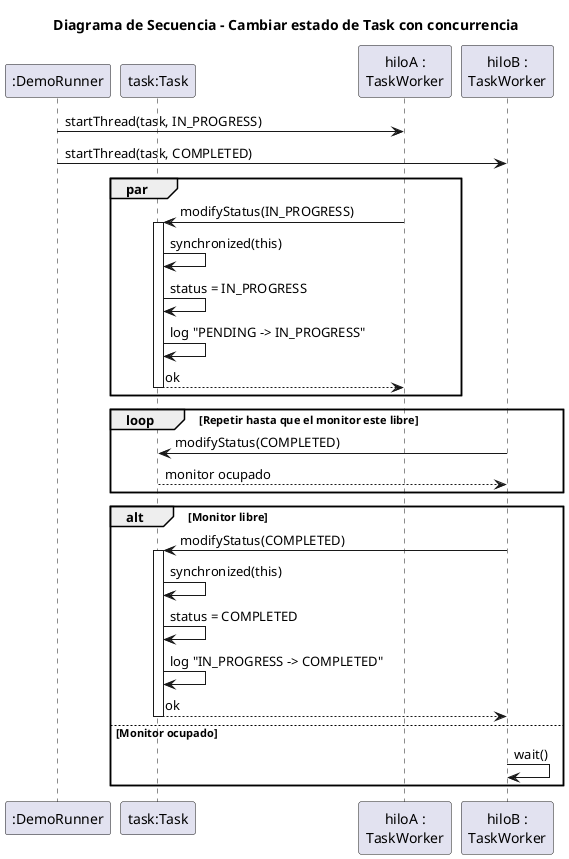
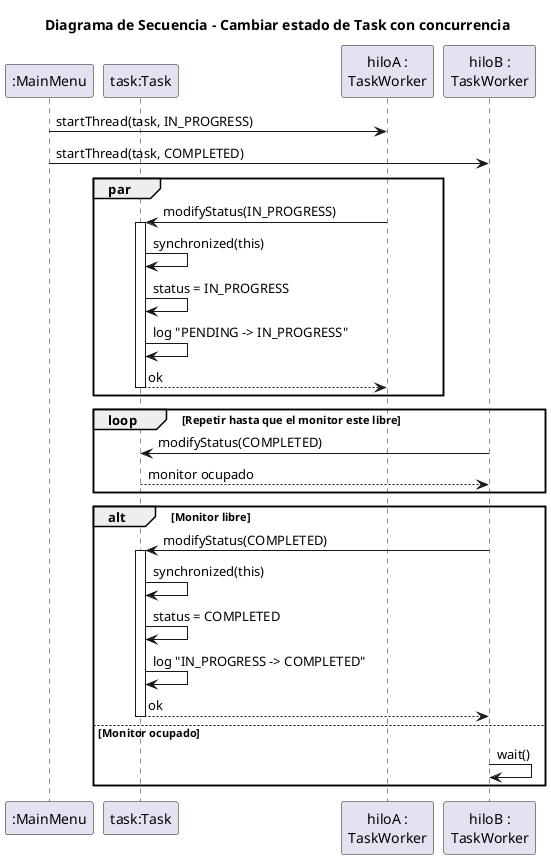
@startuml SecuenciaCambiarEstado
title Diagrama de Secuencia - Cambiar estado de Task con concurrencia

- participant ":DemoRunner" as demo
+ participant ":MainMenu" as demo
participant "task:Task" as task
participant "hiloA :\nTaskWorker" as hiloA
participant "hiloB :\nTaskWorker" as hiloB

demo -> hiloA : startThread(task, IN_PROGRESS)
demo -> hiloB : startThread(task, COMPLETED)

par
  hiloA -> task : modifyStatus(IN_PROGRESS)
  activate task
  task -> task : synchronized(this)
  task -> task : status = IN_PROGRESS
  task -> task : log "PENDING -> IN_PROGRESS"
  task --> hiloA : ok
  deactivate task
end

loop Repetir hasta que el monitor este libre
  hiloB -> task : modifyStatus(COMPLETED)
  task --> hiloB : monitor ocupado
end

alt Monitor libre
  hiloB -> task : modifyStatus(COMPLETED)
  activate task
  task -> task : synchronized(this)
  task -> task : status = COMPLETED
  task -> task : log "IN_PROGRESS -> COMPLETED"
  task --> hiloB : ok
  deactivate task
else Monitor ocupado
  hiloB -> hiloB : wait()
end

@enduml
